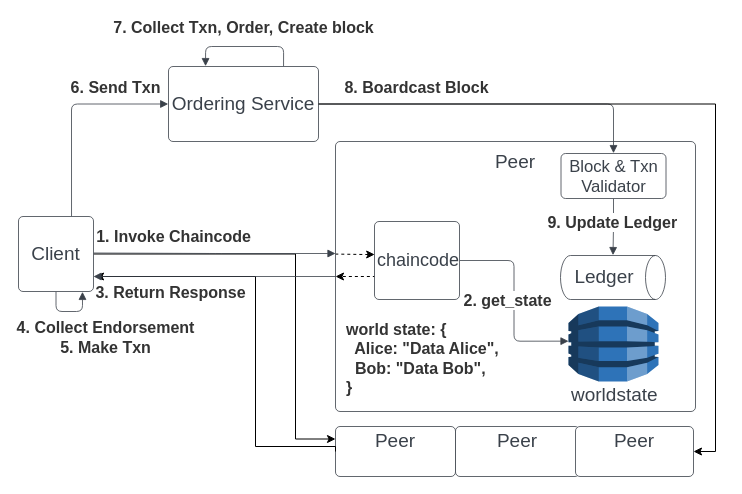
This is fabric.drawio from chenchanglew/systex2024, a draw.io file, before an edit. Source tidied: cells renumbered, new cells numbered last; positions are measured from the earlier drawing's top-left corner, leaving out a move shared by most shapes. Both pictures are drawn from the tidied source at 100%, with x=0, y=0 at pixel (18, 46).
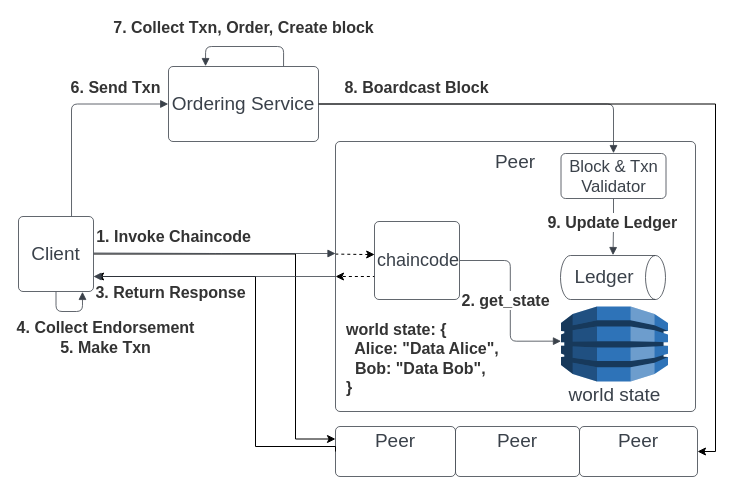
The same page after the edit.

The change refers to these unchanged cells:
```xml
<mxCell id="6" value="&lt;font style=&quot;font-size: 19px;&quot;&gt;Peer&lt;br&gt;&lt;br&gt;&lt;br&gt;&lt;br&gt;&lt;br&gt;&lt;br&gt;&lt;br&gt;&lt;br&gt;&lt;br&gt;&lt;br&gt;&lt;br&gt;&lt;/font&gt;" style="html=1;overflow=block;blockSpacing=1;whiteSpace=wrap;fontSize=16.7;fontColor=#3a414a;spacing=3.8;strokeColor=#3a414a;strokeOpacity=100;rounded=1;absoluteArcSize=1;arcSize=9;strokeWidth=0.8;lucidId=gJdIC6EkD9Za;" parent="1" vertex="1">
  <mxGeometry x="317" y="95" width="360" height="270" as="geometry" />
</mxCell>
```

The edit, as a diff of the source:
```diff
@@
-    <mxCell id="9" value="&lt;font style=&quot;font-size: 19px;&quot;&gt;worldstate&lt;/font&gt;" style="html=1;overflow=block;blockSpacing=1;whiteSpace=wrap;shape=mxgraph.aws3.dynamo_db;labelPosition=center;verticalLabelPosition=bottom;align=center;verticalAlign=top;fontSize=16.7;fontColor=#3a414a;spacing=3.8;strokeColor=#3a414a;strokeOpacity=100;rounded=1;absoluteArcSize=1;arcSize=9;fillColor=#2e73b8;strokeWidth=0.8;lucidId=gJdIeH.mhM4w;" parent="6" vertex="1">
-      <mxGeometry x="233" y="165" width="90" height="75" as="geometry" />
+    <mxCell id="9" value="&lt;font style=&quot;font-size: 19px;&quot;&gt;world state&lt;/font&gt;" style="html=1;overflow=block;blockSpacing=1;whiteSpace=wrap;shape=mxgraph.aws3.dynamo_db;labelPosition=center;verticalLabelPosition=bottom;align=center;verticalAlign=top;fontSize=16.7;fontColor=#3a414a;spacing=3.8;strokeColor=#3a414a;strokeOpacity=100;rounded=1;absoluteArcSize=1;arcSize=9;fillColor=#2e73b8;strokeWidth=0.8;lucidId=gJdIeH.mhM4w;" parent="6" vertex="1">
+      <mxGeometry x="225.5" y="165" width="107" height="75" as="geometry" />
     </mxCell>
@@
     <mxCell id="35" value="&lt;font style=&quot;font-size: 19px;&quot;&gt;Peer&lt;br&gt;&lt;br&gt;&lt;br&gt;&lt;br&gt;&lt;br&gt;&lt;br&gt;&lt;br&gt;&lt;br&gt;&lt;br&gt;&lt;br&gt;&lt;br&gt;&lt;br&gt;&lt;/font&gt;" style="html=1;overflow=block;blockSpacing=1;whiteSpace=wrap;fontSize=16.7;fontColor=#3a414a;spacing=3.8;strokeColor=#3a414a;strokeOpacity=100;rounded=1;absoluteArcSize=1;arcSize=9;strokeWidth=0.8;lucidId=gJdIC6EkD9Za;" parent="1" vertex="1">
-      <mxGeometry x="557" y="380" width="118" height="50" as="geometry" />
+      <mxGeometry x="561" y="380" width="118" height="50" as="geometry" />
     </mxCell>
```
